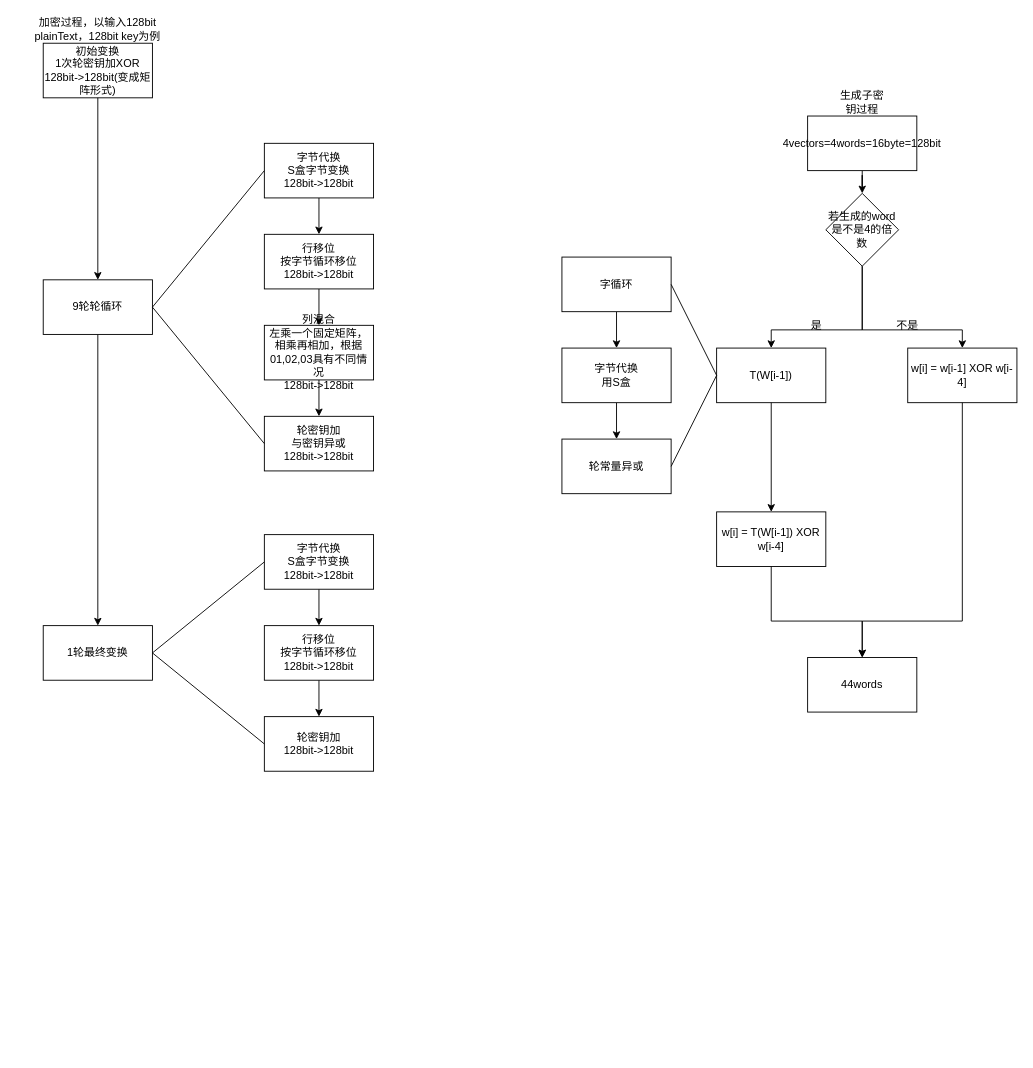
The draw.io diagram AES.drawio in yingmuzhi/cryptology, before the edit. Source tidied: cells renumbered, new cells numbered last; positions are measured from the earlier drawing's top-left corner, leaving out a move shared by most shapes. Both pictures are drawn from the tidied source at 91%, with x=0, y=0 at pixel (15, 15).
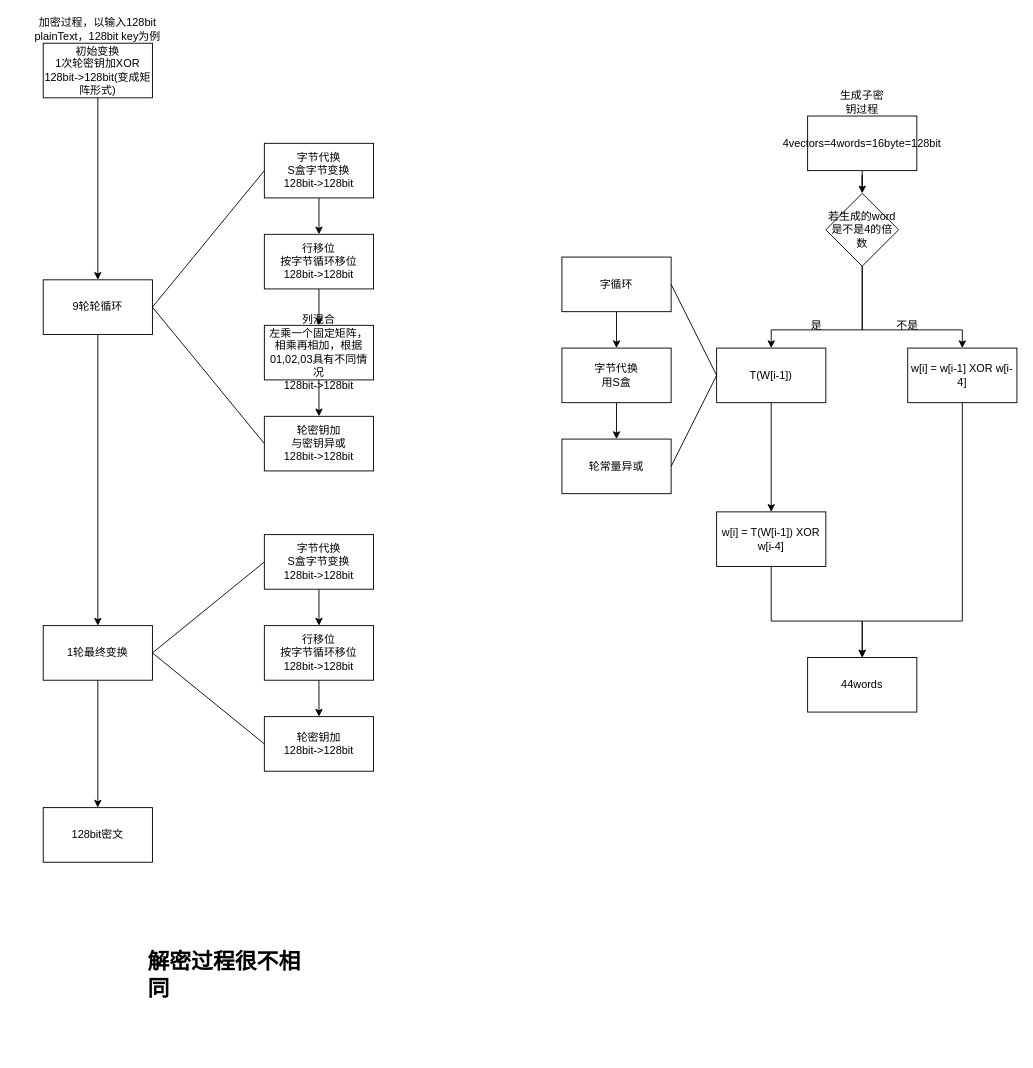
The same diagram, later.

Unchanged cells that the change refers to:
```xml
<mxCell id="19" value="&lt;span&gt;1轮最终变换&lt;/span&gt;" style="rounded=0;whiteSpace=wrap;html=1;" parent="1" vertex="1">
  <mxGeometry x="30" y="670" width="120" height="60" as="geometry" />
</mxCell>
```

What changed in the source:
```diff
@@
+    <mxCell id="46" value="128bit密文" style="rounded=0;whiteSpace=wrap;html=1;" parent="1" vertex="1">
+      <mxGeometry x="30" y="870" width="120" height="60" as="geometry" />
+    </mxCell>
+    <mxCell id="47" style="endArrow=classic;html=1;rounded=0;exitX=0.5;exitY=1;exitDx=0;exitDy=0;" parent="1" edge="1" source="19" target="46">
+      <mxGeometry relative="1" as="geometry" />
+    </mxCell>
+    <mxCell id="48" value="&lt;h1&gt;解密过程很不相同&lt;/h1&gt;&lt;p&gt;&lt;br&gt;&lt;/p&gt;" style="text;html=1;strokeColor=none;fillColor=none;spacing=5;spacingTop=-20;whiteSpace=wrap;overflow=hidden;rounded=0;" parent="1" vertex="1">
+      <mxGeometry x="140" y="1020" width="190" height="120" as="geometry" />
+    </mxCell>
```
